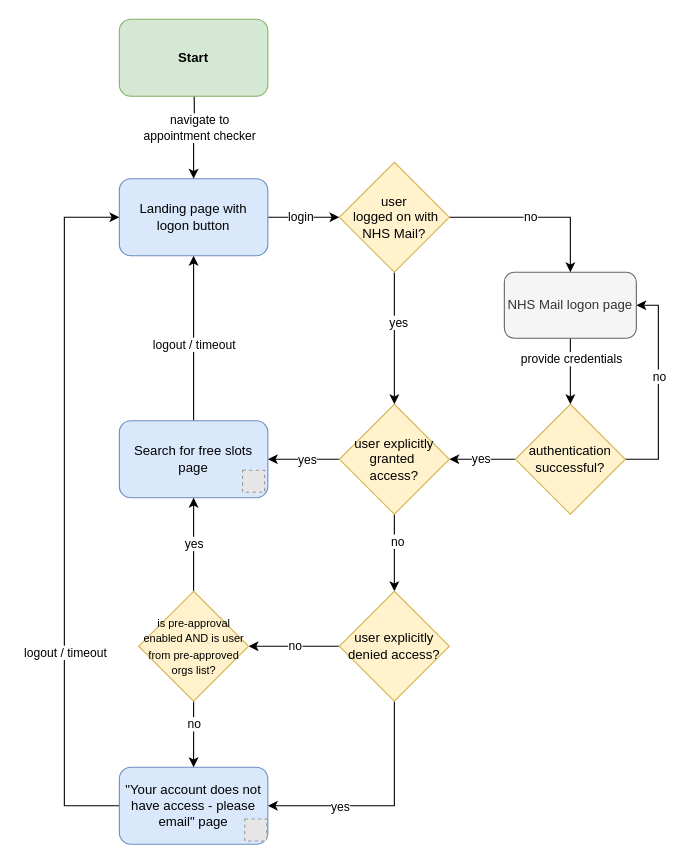
This is documentation/gpc-appointment-checker-page-routing.drawio from nhsconnect/gpconnect-appointment-checker, a draw.io file, before an edit. Source tidied: cells renumbered, new cells numbered last; positions are measured from the earlier drawing's top-left corner, leaving out a move shared by most shapes. Both pictures are drawn from the tidied source at 110%, with x=0, y=0 at pixel (64, 19). Pictures stored in the file or linked from it are replaced by grey dashed boxes.
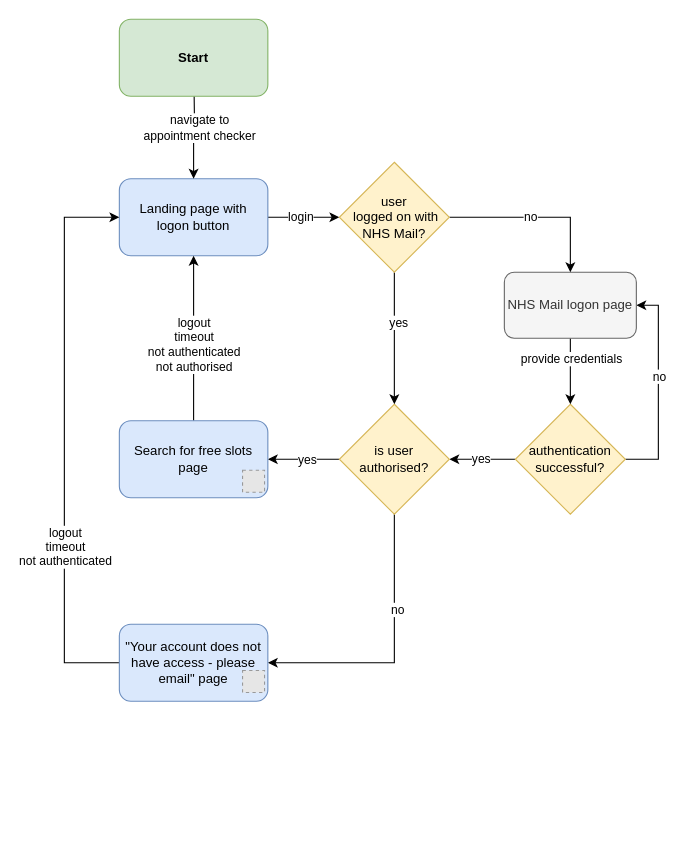
The same page after the edit.

Commit message (it also covers changes not shown here):
Update page routing diagram

Unchanged cells that the change refers to:
```xml
<mxCell id="22" value="Landing page with &lt;br&gt;logon button" style="rounded=1;whiteSpace=wrap;html=1;fillColor=#dae8fc;strokeColor=#6c8ebf;" parent="1" vertex="1">
  <mxGeometry x="50" y="145" width="135" height="70" as="geometry" />
</mxCell>
<mxCell id="23" style="edgeStyle=orthogonalEdgeStyle;rounded=0;jettySize=auto;html=1;exitX=0.5;exitY=0;exitDx=0;exitDy=0;entryX=0.5;entryY=1;entryDx=0;entryDy=0;" parent="1" edge="1" source="25" target="22">
  <mxGeometry relative="1" as="geometry" />
</mxCell>
<mxCell id="25" value="Search for free slots page" style="rounded=1;whiteSpace=wrap;html=1;fillColor=#dae8fc;strokeColor=#6c8ebf;" parent="1" vertex="1">
  <mxGeometry x="50" y="365" width="135" height="70" as="geometry" />
</mxCell>
```

Diff of the diagram source:
```diff
@@
-    <mxCell id="10" style="edgeStyle=orthogonalEdgeStyle;rounded=0;jettySize=auto;html=1;exitX=0.5;exitY=1;exitDx=0;exitDy=0;entryX=0.5;entryY=0;entryDx=0;entryDy=0;" parent="1" edge="1" source="14">
-      <mxGeometry relative="1" as="geometry">
-        <mxPoint x="300" y="520" as="targetPoint" />
-      </mxGeometry>
+    <mxCell id="10" style="edgeStyle=orthogonalEdgeStyle;rounded=0;jettySize=auto;html=1;exitX=0.5;exitY=1;exitDx=0;exitDy=0;entryX=1;entryY=0.5;entryDx=0;entryDy=0;" parent="1" edge="1" source="14" target="28">
+      <mxGeometry relative="1" as="geometry" />
     </mxCell>
@@
-    <mxCell id="14" value="user explicitly granted&amp;nbsp;&lt;br&gt;access?" style="rhombus;whiteSpace=wrap;html=1;fillColor=#fff2cc;strokeColor=#d6b656;" parent="1" vertex="1">
+    <mxCell id="14" value="is user authorised?" style="rhombus;whiteSpace=wrap;html=1;fillColor=#fff2cc;strokeColor=#d6b656;" parent="1" vertex="1">
       <mxGeometry x="250" y="350" width="100" height="100" as="geometry" />
     </mxCell>
-    <mxCell id="15" style="edgeStyle=orthogonalEdgeStyle;rounded=0;jettySize=auto;html=1;exitX=0.5;exitY=1;exitDx=0;exitDy=0;entryX=1;entryY=0.5;entryDx=0;entryDy=0;" parent="1" edge="1" source="19" target="28">
-      <mxGeometry relative="1" as="geometry" />
-    </mxCell>
-    <mxCell id="16" value="yes" style="edgeLabel;html=1;align=center;verticalAlign=middle;" parent="15" vertex="1">
-      <mxGeometry x="-0.13" y="2" relative="1" as="geometry">
-        <mxPoint x="-52" y="4" as="offset" />
-      </mxGeometry>
-    </mxCell>
-    <mxCell id="17" style="edgeStyle=orthogonalEdgeStyle;rounded=0;jettySize=auto;html=1;exitX=0;exitY=0.5;exitDx=0;exitDy=0;entryX=1;entryY=0.5;entryDx=0;entryDy=0;" parent="1" edge="1" source="19" target="43">
-      <mxGeometry relative="1" as="geometry" />
-    </mxCell>
-    <mxCell id="18" value="no" style="edgeLabel;html=1;align=center;verticalAlign=middle;" parent="17" vertex="1">
-      <mxGeometry x="-0.01" y="-1" relative="1" as="geometry" />
-    </mxCell>
-    <mxCell id="19" value="user explicitly denied access?" style="rhombus;whiteSpace=wrap;html=1;fillColor=#fff2cc;strokeColor=#d6b656;" parent="1" vertex="1">
-      <mxGeometry x="250" y="520" width="100" height="100" as="geometry" />
-    </mxCell>
@@
-    <mxCell id="24" value="logout / timeout" style="edgeLabel;html=1;align=center;verticalAlign=middle;" parent="23" vertex="1">
+    <mxCell id="24" value="logout&lt;br&gt;timeout&lt;br&gt;not authenticated&lt;br&gt;not authorised" style="edgeLabel;html=1;align=center;verticalAlign=middle;" parent="23" vertex="1">
       <mxGeometry x="-0.07" y="1" relative="1" as="geometry">
         <mxPoint x="1" as="offset" />
       </mxGeometry>
     </mxCell>
@@
     <mxCell id="26" style="edgeStyle=orthogonalEdgeStyle;rounded=0;jettySize=auto;html=1;exitX=0;exitY=0.5;exitDx=0;exitDy=0;entryX=0;entryY=0.5;entryDx=0;entryDy=0;" parent="1" edge="1" source="28" target="22">
       <mxGeometry relative="1" as="geometry">
         <Array as="points">
-          <mxPoint y="715" />
+          <mxPoint y="585" />
           <mxPoint y="180" />
         </Array>
       </mxGeometry>
     </mxCell>
-    <mxCell id="27" value="logout / timeout" style="edgeLabel;html=1;align=center;verticalAlign=middle;" parent="26" vertex="1">
+    <mxCell id="27" value="logout&lt;br&gt;timeout&lt;br&gt;not authenticated" style="edgeLabel;html=1;align=center;verticalAlign=middle;" parent="26" vertex="1">
       <mxGeometry x="-0.47" y="-117" relative="1" as="geometry">
         <mxPoint x="-117" y="-22" as="offset" />
       </mxGeometry>
     </mxCell>
     <mxCell id="28" value="&quot;Your account does not have access - please email&quot; page" style="rounded=1;whiteSpace=wrap;html=1;fillColor=#dae8fc;strokeColor=#6c8ebf;" parent="1" vertex="1">
-      <mxGeometry x="50" y="680" width="135" height="70" as="geometry" />
+      <mxGeometry x="50" y="550" width="135" height="70" as="geometry" />
     </mxCell>
@@
     <mxCell id="37" style="fillColor=#E6E6E6;strokeColor=#999999;dashed=1;html=1;verticalAlign=top;verticalLabelPosition=bottom;labelBackgroundColor=#ffffff;" parent="1" vertex="1">
-      <mxGeometry x="164" y="727" width="20" height="20" as="geometry" />
+      <mxGeometry x="162" y="592" width="20" height="20" as="geometry" />
     </mxCell>
@@
-    <mxCell id="39" style="edgeStyle=orthogonalEdgeStyle;rounded=0;jettySize=auto;html=1;exitX=0.5;exitY=0;exitDx=0;exitDy=0;entryX=0.5;entryY=1;entryDx=0;entryDy=0;" parent="1" edge="1" source="43" target="25">
-      <mxGeometry relative="1" as="geometry" />
-    </mxCell>
-    <mxCell id="40" value="yes" style="edgeLabel;html=1;align=center;verticalAlign=middle;" parent="39" vertex="1">
-      <mxGeometry x="0.04" y="1" relative="1" as="geometry">
-        <mxPoint x="1" as="offset" />
-      </mxGeometry>
-    </mxCell>
-    <mxCell id="41" style="edgeStyle=orthogonalEdgeStyle;rounded=0;jettySize=auto;html=1;exitX=0.5;exitY=1;exitDx=0;exitDy=0;entryX=0.5;entryY=0;entryDx=0;entryDy=0;" parent="1" edge="1" source="43" target="28">
-      <mxGeometry relative="1" as="geometry" />
-    </mxCell>
-    <mxCell id="42" value="no" style="edgeLabel;html=1;align=center;verticalAlign=middle;" parent="41" vertex="1">
-      <mxGeometry x="-0.33" relative="1" as="geometry" />
-    </mxCell>
-    <mxCell id="43" value="&lt;font style=&quot;font-size: 10px&quot;&gt;is pre-approval enabled AND is user from pre-approved orgs list?&lt;/font&gt;" style="rhombus;whiteSpace=wrap;html=1;fillColor=#fff2cc;strokeColor=#d6b656;" parent="1" vertex="1">
-      <mxGeometry x="67.5" y="520" width="100" height="100" as="geometry" />
-    </mxCell>
```
